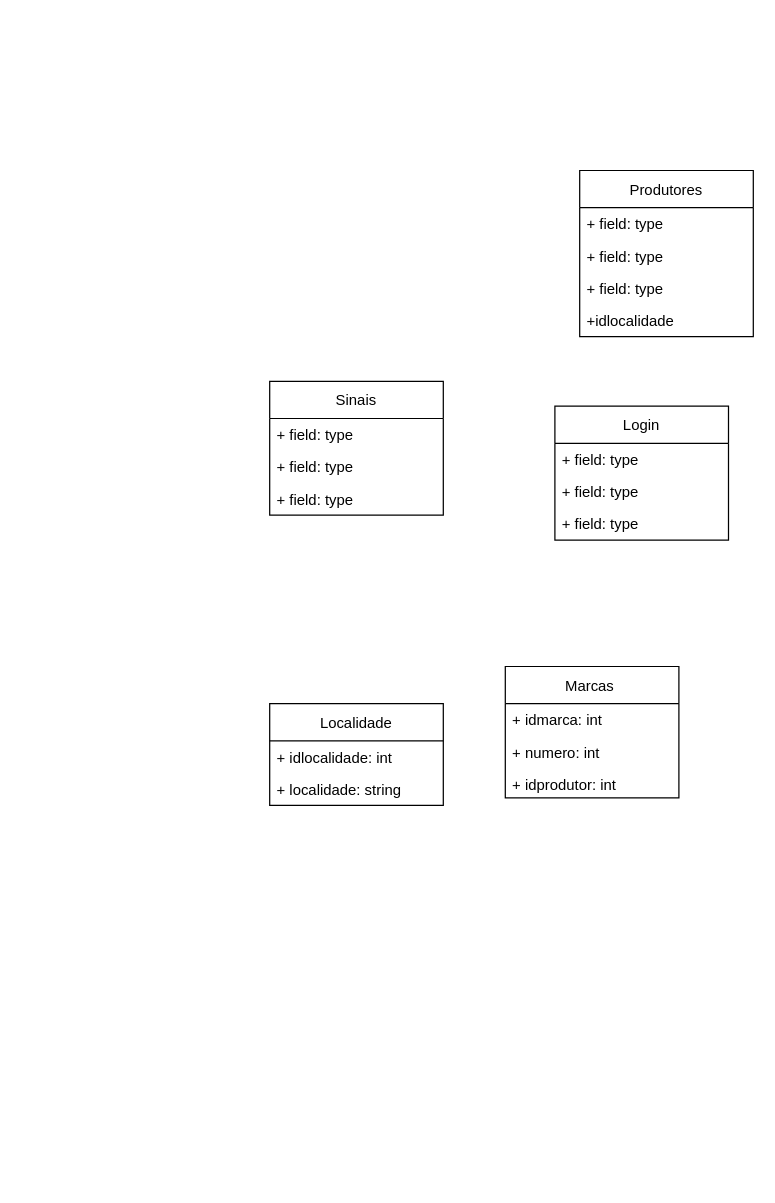
This is ProjetoLegado-Controle de Marcas e Sinais/marcas-sinais-uml.drawio from RogerioTostes/TCC, a draw.io file, before an edit. Source tidied: cells renumbered, new cells numbered last; positions are measured from the earlier drawing's top-left corner, leaving out a move shared by most shapes. Both pictures are drawn from the tidied source at 124%, with x=0, y=0 at pixel (269, 170).
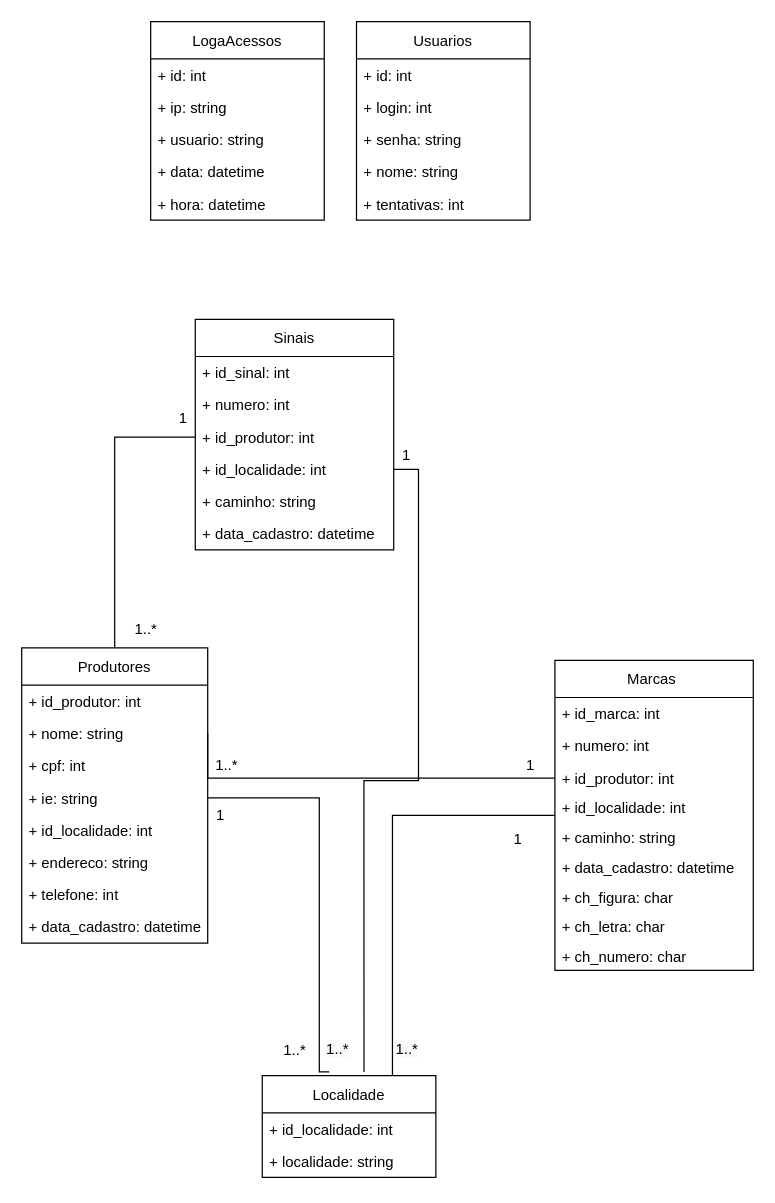
Above is the later version.

Commit message (it also covers changes not shown here):
update uml and add architecture

Change to the diagram source:
```diff
@@
     <mxCell id="2" value="Sinais" style="swimlane;fontStyle=0;horizontal=1;startSize=30;fillColor=none;" parent="1" vertex="1">
-      <mxGeometry y="170" width="140" height="108" as="geometry" />
+      <mxGeometry x="-60" y="120" width="160" height="186" as="geometry" />
     </mxCell>
-    <mxCell id="3" value="+ field: type" style="text;strokeColor=none;fillColor=none;align=left;verticalAlign=top;spacingLeft=4;spacingRight=4;overflow=hidden;" parent="2" vertex="1">
-      <mxGeometry y="30" width="140" height="26" as="geometry" />
+    <mxCell id="3" value="+ id_sinal: int" style="text;strokeColor=none;fillColor=none;align=left;verticalAlign=top;spacingLeft=4;spacingRight=4;overflow=hidden;" parent="2" vertex="1">
+      <mxGeometry y="30" width="160" height="26" as="geometry" />
     </mxCell>
-    <mxCell id="4" value="+ field: type" style="text;strokeColor=none;fillColor=none;align=left;verticalAlign=top;spacingLeft=4;spacingRight=4;overflow=hidden;" parent="2" vertex="1">
-      <mxGeometry y="56" width="140" height="26" as="geometry" />
+    <mxCell id="4" value="+ numero: int" style="text;strokeColor=none;fillColor=none;align=left;verticalAlign=top;spacingLeft=4;spacingRight=4;overflow=hidden;" parent="2" vertex="1">
+      <mxGeometry y="56" width="160" height="26" as="geometry" />
     </mxCell>
-    <mxCell id="5" value="+ field: type" style="text;strokeColor=none;fillColor=none;align=left;verticalAlign=top;spacingLeft=4;spacingRight=4;overflow=hidden;points=[[0,0.5],[1,0.5]];portConstraint=eastwest;" parent="2" vertex="1">
-      <mxGeometry y="82" width="140" height="26" as="geometry" />
+    <mxCell id="5" value="+ id_produtor: int" style="text;strokeColor=none;fillColor=none;align=left;verticalAlign=top;spacingLeft=4;spacingRight=4;overflow=hidden;points=[[0,0.5],[1,0.5]];portConstraint=eastwest;" parent="2" vertex="1">
+      <mxGeometry y="82" width="160" height="26" as="geometry" />
     </mxCell>
+    <mxCell id="22" value="+ id_localidade: int" style="text;strokeColor=none;fillColor=none;align=left;verticalAlign=top;spacingLeft=4;spacingRight=4;overflow=hidden;points=[[0,0.5],[1,0.5]];portConstraint=eastwest;" parent="2" vertex="1">
+      <mxGeometry y="108" width="160" height="26" as="geometry" />
+    </mxCell>
+    <mxCell id="23" value="+ caminho: string" style="text;strokeColor=none;fillColor=none;align=left;verticalAlign=top;spacingLeft=4;spacingRight=4;overflow=hidden;" parent="2" vertex="1">
+      <mxGeometry y="134" width="160" height="26" as="geometry" />
+    </mxCell>
+    <mxCell id="24" value="+ data_cadastro: datetime" style="text;strokeColor=none;fillColor=none;align=left;verticalAlign=top;spacingLeft=4;spacingRight=4;overflow=hidden;" parent="2" vertex="1">
+      <mxGeometry y="160" width="160" height="26" as="geometry" />
+    </mxCell>
+    <mxCell id="25" style="edgeStyle=orthogonalEdgeStyle;rounded=0;jettySize=auto;html=1;entryX=0.75;entryY=0;entryDx=0;entryDy=0;endArrow=none;endFill=0;" parent="1" edge="1" source="6" target="19">
+      <mxGeometry relative="1" as="geometry" />
+    </mxCell>
+    <mxCell id="26" style="edgeStyle=orthogonalEdgeStyle;rounded=0;jettySize=auto;html=1;entryX=1;entryY=0.5;entryDx=0;entryDy=0;endArrow=none;endFill=0;" parent="1" edge="1" source="6" target="12">
+      <mxGeometry relative="1" as="geometry">
+        <Array as="points">
+          <mxPoint x="-50" y="490" />
+        </Array>
+      </mxGeometry>
+    </mxCell>
     <mxCell id="6" value="Marcas " style="swimlane;fontStyle=0;horizontal=1;startSize=30;fillColor=none;" parent="1" vertex="1">
-      <mxGeometry x="190" y="400" width="140" height="106" as="geometry" />
+      <mxGeometry x="230" y="395" width="160" height="250" as="geometry" />
     </mxCell>
-    <mxCell id="7" value="+ idmarca: int" style="text;strokeColor=none;fillColor=none;align=left;verticalAlign=top;spacingLeft=4;spacingRight=4;overflow=hidden;" parent="6" vertex="1">
-      <mxGeometry y="30" width="140" height="26" as="geometry" />
+    <mxCell id="7" value="+ id_marca: int" style="text;strokeColor=none;fillColor=none;align=left;verticalAlign=top;spacingLeft=4;spacingRight=4;overflow=hidden;" parent="6" vertex="1">
+      <mxGeometry y="30" width="160" height="26" as="geometry" />
     </mxCell>
     <mxCell id="8" value="+ numero: int" style="text;strokeColor=none;fillColor=none;align=left;verticalAlign=top;spacingLeft=4;spacingRight=4;overflow=hidden;" parent="6" vertex="1">
-      <mxGeometry y="56" width="140" height="26" as="geometry" />
+      <mxGeometry y="56" width="160" height="26" as="geometry" />
     </mxCell>
-    <mxCell id="9" value="+ idprodutor: int&#10;" style="text;strokeColor=none;fillColor=none;align=left;verticalAlign=top;spacingLeft=4;spacingRight=4;overflow=hidden;" parent="6" vertex="1">
-      <mxGeometry y="82" width="140" height="24" as="geometry" />
+    <mxCell id="9" value="+ id_produtor: int&#10;" style="text;strokeColor=none;fillColor=none;align=left;verticalAlign=top;spacingLeft=4;spacingRight=4;overflow=hidden;" parent="6" vertex="1">
+      <mxGeometry y="82" width="160" height="24" as="geometry" />
     </mxCell>
+    <mxCell id="27" value="+ id_localidade: int&#10;" style="text;strokeColor=none;fillColor=none;align=left;verticalAlign=top;spacingLeft=4;spacingRight=4;overflow=hidden;" parent="6" vertex="1">
+      <mxGeometry y="106" width="160" height="24" as="geometry" />
+    </mxCell>
+    <mxCell id="28" value="+ caminho: string&#10;" style="text;strokeColor=none;fillColor=none;align=left;verticalAlign=top;spacingLeft=4;spacingRight=4;overflow=hidden;" parent="6" vertex="1">
+      <mxGeometry y="130" width="160" height="24" as="geometry" />
+    </mxCell>
+    <mxCell id="29" value="+ data_cadastro: datetime&#10;" style="text;strokeColor=none;fillColor=none;align=left;verticalAlign=top;spacingLeft=4;spacingRight=4;overflow=hidden;" parent="6" vertex="1">
+      <mxGeometry y="154" width="160" height="24" as="geometry" />
+    </mxCell>
+    <mxCell id="30" value="+ ch_figura: char&#10;" style="text;strokeColor=none;fillColor=none;align=left;verticalAlign=top;spacingLeft=4;spacingRight=4;overflow=hidden;" parent="6" vertex="1">
+      <mxGeometry y="178" width="160" height="24" as="geometry" />
+    </mxCell>
+    <mxCell id="31" value="+ ch_letra: char&#10;" style="text;strokeColor=none;fillColor=none;align=left;verticalAlign=top;spacingLeft=4;spacingRight=4;overflow=hidden;" parent="6" vertex="1">
+      <mxGeometry y="202" width="160" height="24" as="geometry" />
+    </mxCell>
+    <mxCell id="32" value="+ ch_numero: char&#10;" style="text;strokeColor=none;fillColor=none;align=left;verticalAlign=top;spacingLeft=4;spacingRight=4;overflow=hidden;" parent="6" vertex="1">
+      <mxGeometry y="226" width="160" height="24" as="geometry" />
+    </mxCell>
     <mxCell id="10" value="Produtores" style="swimlane;fontStyle=0;horizontal=1;startSize=30;fillColor=none;" parent="1" vertex="1">
-      <mxGeometry x="250" width="140" height="134" as="geometry" />
+      <mxGeometry x="-200" y="385" width="150" height="238" as="geometry" />
     </mxCell>
-    <mxCell id="11" value="+ field: type" style="text;strokeColor=none;fillColor=none;align=left;verticalAlign=top;spacingLeft=4;spacingRight=4;overflow=hidden;" parent="10" vertex="1">
-      <mxGeometry y="30" width="140" height="26" as="geometry" />
+    <mxCell id="11" value="+ id_produtor: int" style="text;strokeColor=none;fillColor=none;align=left;verticalAlign=top;spacingLeft=4;spacingRight=4;overflow=hidden;" parent="10" vertex="1">
+      <mxGeometry y="30" width="150" height="26" as="geometry" />
     </mxCell>
-    <mxCell id="12" value="+ field: type" style="text;strokeColor=none;fillColor=none;align=left;verticalAlign=top;spacingLeft=4;spacingRight=4;overflow=hidden;points=[[0,0.5],[1,0.5]];portConstraint=eastwest;" parent="10" vertex="1">
-      <mxGeometry y="56" width="140" height="26" as="geometry" />
+    <mxCell id="12" value="+ nome: string" style="text;strokeColor=none;fillColor=none;align=left;verticalAlign=top;spacingLeft=4;spacingRight=4;overflow=hidden;points=[[0,0.5],[1,0.5]];portConstraint=eastwest;" parent="10" vertex="1">
+      <mxGeometry y="56" width="150" height="26" as="geometry" />
     </mxCell>
-    <mxCell id="13" value="+ field: type" style="text;strokeColor=none;fillColor=none;align=left;verticalAlign=top;spacingLeft=4;spacingRight=4;overflow=hidden;" parent="10" vertex="1">
-      <mxGeometry y="82" width="140" height="26" as="geometry" />
+    <mxCell id="13" value="+ cpf: int" style="text;strokeColor=none;fillColor=none;align=left;verticalAlign=top;spacingLeft=4;spacingRight=4;overflow=hidden;" parent="10" vertex="1">
+      <mxGeometry y="82" width="150" height="26" as="geometry" />
     </mxCell>
-    <mxCell id="14" value="+idlocalidade" style="text;strokeColor=none;fillColor=none;align=left;verticalAlign=top;spacingLeft=4;spacingRight=4;overflow=hidden;" parent="10" vertex="1">
-      <mxGeometry y="108" width="140" height="26" as="geometry" />
-    </mxCell>
+    <mxCell id="33" value="+ ie: string" style="text;strokeColor=none;fillColor=none;align=left;verticalAlign=top;spacingLeft=4;spacingRight=4;overflow=hidden;points=[[0,0.5],[1,0.5]];portConstraint=eastwest;" parent="10" vertex="1">
+      <mxGeometry y="108" width="150" height="26" as="geometry" />
+    </mxCell>
+    <mxCell id="34" value="+ id_localidade: int" style="text;strokeColor=none;fillColor=none;align=left;verticalAlign=top;spacingLeft=4;spacingRight=4;overflow=hidden;" parent="10" vertex="1">
+      <mxGeometry y="134" width="150" height="26" as="geometry" />
+    </mxCell>
+    <mxCell id="35" value="+ endereco: string" style="text;strokeColor=none;fillColor=none;align=left;verticalAlign=top;spacingLeft=4;spacingRight=4;overflow=hidden;" parent="10" vertex="1">
+      <mxGeometry y="160" width="150" height="26" as="geometry" />
+    </mxCell>
+    <mxCell id="36" value="+ telefone: int" style="text;strokeColor=none;fillColor=none;align=left;verticalAlign=top;spacingLeft=4;spacingRight=4;overflow=hidden;" parent="10" vertex="1">
+      <mxGeometry y="186" width="150" height="26" as="geometry" />
+    </mxCell>
+    <mxCell id="37" value="+ data_cadastro: datetime" style="text;strokeColor=none;fillColor=none;align=left;verticalAlign=top;spacingLeft=4;spacingRight=4;overflow=hidden;" parent="10" vertex="1">
+      <mxGeometry y="212" width="150" height="26" as="geometry" />
+    </mxCell>
-    <mxCell id="15" value="Login" style="swimlane;fontStyle=0;horizontal=1;startSize=30;fillColor=none;" parent="1" vertex="1">
-      <mxGeometry x="230" y="190" width="140" height="108" as="geometry" />
+    <mxCell id="15" value="Usuarios" style="swimlane;fontStyle=0;horizontal=1;startSize=30;fillColor=none;" parent="1" vertex="1">
+      <mxGeometry x="70" y="-120" width="140" height="160" as="geometry" />
     </mxCell>
-    <mxCell id="16" value="+ field: type" style="text;strokeColor=none;fillColor=none;align=left;verticalAlign=top;spacingLeft=4;spacingRight=4;overflow=hidden;" parent="15" vertex="1">
+    <mxCell id="16" value="+ id: int" style="text;strokeColor=none;fillColor=none;align=left;verticalAlign=top;spacingLeft=4;spacingRight=4;overflow=hidden;" parent="15" vertex="1">
       <mxGeometry y="30" width="140" height="26" as="geometry" />
     </mxCell>
-    <mxCell id="17" value="+ field: type" style="text;strokeColor=none;fillColor=none;align=left;verticalAlign=top;spacingLeft=4;spacingRight=4;overflow=hidden;" parent="15" vertex="1">
+    <mxCell id="17" value="+ login: int" style="text;strokeColor=none;fillColor=none;align=left;verticalAlign=top;spacingLeft=4;spacingRight=4;overflow=hidden;" parent="15" vertex="1">
       <mxGeometry y="56" width="140" height="26" as="geometry" />
     </mxCell>
-    <mxCell id="18" value="+ field: type" style="text;strokeColor=none;fillColor=none;align=left;verticalAlign=top;spacingLeft=4;spacingRight=4;overflow=hidden;" parent="15" vertex="1">
+    <mxCell id="18" value="+ senha: string" style="text;strokeColor=none;fillColor=none;align=left;verticalAlign=top;spacingLeft=4;spacingRight=4;overflow=hidden;" parent="15" vertex="1">
       <mxGeometry y="82" width="140" height="26" as="geometry" />
     </mxCell>
+    <mxCell id="38" value="+ nome: string" style="text;strokeColor=none;fillColor=none;align=left;verticalAlign=top;spacingLeft=4;spacingRight=4;overflow=hidden;" parent="15" vertex="1">
+      <mxGeometry y="108" width="140" height="26" as="geometry" />
+    </mxCell>
+    <mxCell id="39" value="+ tentativas: int" style="text;strokeColor=none;fillColor=none;align=left;verticalAlign=top;spacingLeft=4;spacingRight=4;overflow=hidden;" parent="15" vertex="1">
+      <mxGeometry y="134" width="140" height="26" as="geometry" />
+    </mxCell>
     <mxCell id="19" value="Localidade" style="swimlane;fontStyle=0;horizontal=1;startSize=30;fillColor=none;" parent="1" vertex="1">
-      <mxGeometry y="430" width="140" height="82" as="geometry" />
+      <mxGeometry x="-6" y="730" width="140" height="82" as="geometry" />
     </mxCell>
-    <mxCell id="20" value="+ idlocalidade: int" style="text;strokeColor=none;fillColor=none;align=left;verticalAlign=top;spacingLeft=4;spacingRight=4;overflow=hidden;" parent="19" vertex="1">
+    <mxCell id="20" value="+ id_localidade: int" style="text;strokeColor=none;fillColor=none;align=left;verticalAlign=top;spacingLeft=4;spacingRight=4;overflow=hidden;" parent="19" vertex="1">
       <mxGeometry y="30" width="140" height="26" as="geometry" />
     </mxCell>
@@
+    <mxCell id="40" style="edgeStyle=orthogonalEdgeStyle;rounded=0;jettySize=auto;html=1;entryX=0.386;entryY=-0.037;entryDx=0;entryDy=0;entryPerimeter=0;endArrow=none;endFill=0;" parent="1" edge="1" source="33" target="19">
+      <mxGeometry relative="1" as="geometry">
+        <Array as="points">
+          <mxPoint x="40" y="506" />
+          <mxPoint x="40" y="727" />
+        </Array>
+      </mxGeometry>
+    </mxCell>
+    <mxCell id="41" value="1" style="text;html=1;align=center;verticalAlign=middle;strokeColor=none;fillColor=none;" parent="1" vertex="1">
+      <mxGeometry x="-50" y="510" width="20" height="20" as="geometry" />
+    </mxCell>
+    <mxCell id="42" value="1..*" style="text;html=1;align=center;verticalAlign=middle;strokeColor=none;fillColor=none;" parent="1" vertex="1">
+      <mxGeometry x="5" y="700" width="30" height="20" as="geometry" />
+    </mxCell>
+    <mxCell id="43" value="1" style="text;html=1;align=center;verticalAlign=middle;strokeColor=none;fillColor=none;" parent="1" vertex="1">
+      <mxGeometry x="190" y="530" width="20" height="20" as="geometry" />
+    </mxCell>
+    <mxCell id="44" value="&lt;span style=&quot;color: rgb(0, 0, 0); font-family: helvetica; font-size: 12px; font-style: normal; font-weight: 400; letter-spacing: normal; text-align: center; text-indent: 0px; text-transform: none; word-spacing: 0px; background-color: rgb(248, 249, 250); display: inline; float: none;&quot;&gt;1..*&lt;/span&gt;" style="text;whiteSpace=wrap;html=1;" parent="1" vertex="1">
+      <mxGeometry x="100" y="695" width="40" height="30" as="geometry" />
+    </mxCell>
+    <mxCell id="45" value="1" style="text;html=1;align=center;verticalAlign=middle;strokeColor=none;fillColor=none;" parent="1" vertex="1">
+      <mxGeometry x="200" y="470" width="20" height="20" as="geometry" />
+    </mxCell>
+    <mxCell id="46" value="1..*" style="text;html=1;align=center;verticalAlign=middle;strokeColor=none;fillColor=none;" parent="1" vertex="1">
+      <mxGeometry x="-50" y="470" width="30" height="20" as="geometry" />
+    </mxCell>
+    <mxCell id="47" style="edgeStyle=orthogonalEdgeStyle;rounded=0;jettySize=auto;html=1;entryX=0.586;entryY=-0.037;entryDx=0;entryDy=0;entryPerimeter=0;endArrow=none;endFill=0;" parent="1" edge="1" source="22" target="19">
+      <mxGeometry relative="1" as="geometry" />
+    </mxCell>
+    <mxCell id="48" value="&lt;span style=&quot;color: rgb(0, 0, 0); font-family: helvetica; font-size: 12px; font-style: normal; font-weight: 400; letter-spacing: normal; text-align: center; text-indent: 0px; text-transform: none; word-spacing: 0px; background-color: rgb(248, 249, 250); display: inline; float: none;&quot;&gt;1..*&lt;/span&gt;" style="text;whiteSpace=wrap;html=1;" parent="1" vertex="1">
+      <mxGeometry x="44" y="695" width="40" height="30" as="geometry" />
+    </mxCell>
+    <mxCell id="49" style="edgeStyle=orthogonalEdgeStyle;rounded=0;jettySize=auto;html=1;entryX=0.5;entryY=0;entryDx=0;entryDy=0;endArrow=none;endFill=0;" parent="1" edge="1" source="5" target="10">
+      <mxGeometry relative="1" as="geometry" />
+    </mxCell>
+    <mxCell id="50" value="1" style="text;html=1;align=center;verticalAlign=middle;strokeColor=none;fillColor=none;" parent="1" vertex="1">
+      <mxGeometry x="100" y="220" width="20" height="20" as="geometry" />
+    </mxCell>
+    <mxCell id="51" value="1" style="text;html=1;align=center;verticalAlign=middle;strokeColor=none;fillColor=none;" parent="1" vertex="1">
+      <mxGeometry x="-80" y="190" width="20" height="20" as="geometry" />
+    </mxCell>
+    <mxCell id="52" value="1..*" style="text;html=1;align=center;verticalAlign=middle;strokeColor=none;fillColor=none;" parent="1" vertex="1">
+      <mxGeometry x="-115" y="360" width="30" height="20" as="geometry" />
+    </mxCell>
+    <mxCell id="53" value="LogaAcessos" style="swimlane;fontStyle=0;horizontal=1;startSize=30;fillColor=none;" parent="1" vertex="1">
+      <mxGeometry x="-96" y="-120" width="140" height="160" as="geometry" />
+    </mxCell>
+    <mxCell id="54" value="+ id: int" style="text;strokeColor=none;fillColor=none;align=left;verticalAlign=top;spacingLeft=4;spacingRight=4;overflow=hidden;" parent="53" vertex="1">
+      <mxGeometry y="30" width="140" height="26" as="geometry" />
+    </mxCell>
+    <mxCell id="55" value="+ ip: string" style="text;strokeColor=none;fillColor=none;align=left;verticalAlign=top;spacingLeft=4;spacingRight=4;overflow=hidden;" parent="53" vertex="1">
+      <mxGeometry y="56" width="140" height="26" as="geometry" />
+    </mxCell>
+    <mxCell id="56" value="+ usuario: string" style="text;strokeColor=none;fillColor=none;align=left;verticalAlign=top;spacingLeft=4;spacingRight=4;overflow=hidden;" parent="53" vertex="1">
+      <mxGeometry y="82" width="140" height="26" as="geometry" />
+    </mxCell>
+    <mxCell id="57" value="+ data: datetime" style="text;strokeColor=none;fillColor=none;align=left;verticalAlign=top;spacingLeft=4;spacingRight=4;overflow=hidden;" parent="53" vertex="1">
+      <mxGeometry y="108" width="140" height="26" as="geometry" />
+    </mxCell>
+    <mxCell id="58" value="+ hora: datetime" style="text;strokeColor=none;fillColor=none;align=left;verticalAlign=top;spacingLeft=4;spacingRight=4;overflow=hidden;" parent="53" vertex="1">
+      <mxGeometry y="134" width="140" height="26" as="geometry" />
+    </mxCell>
```
